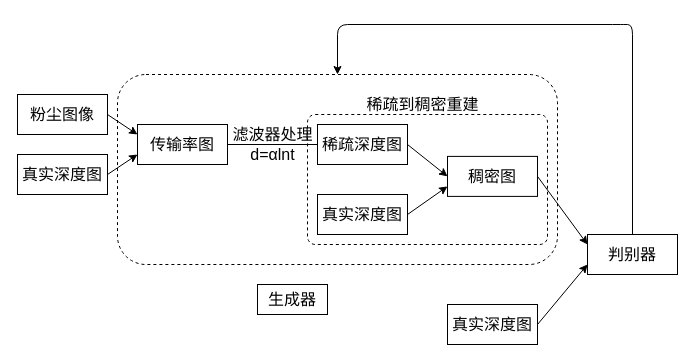
Before: Untitled Diagram.drawio in JhmRoy/lanqiao, a draw.io diagram. Source tidied: cells renumbered, new cells numbered last; positions are measured from the earlier drawing's top-left corner, leaving out a move shared by most shapes. Both pictures are drawn from the tidied source at 100%, with x=0, y=0 at pixel (17, 24).
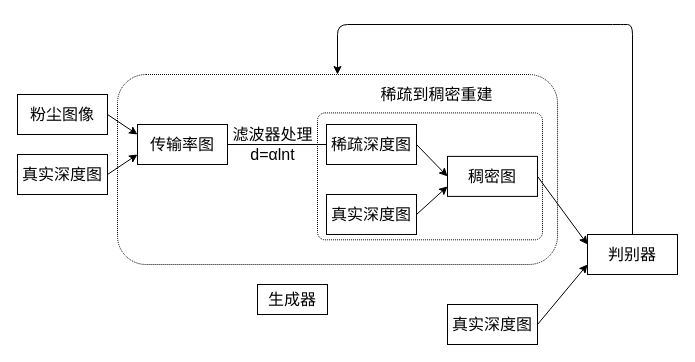
Above is the later version.

Change to the diagram source:
```diff
@@
-    <mxCell id="2" style="rounded=1;whiteSpace=wrap;html=1;fillColor=none;dashed=1;fontSize=16;" parent="1" vertex="1">
+    <mxCell id="2" style="rounded=1;whiteSpace=wrap;html=1;fillColor=none;dashed=1;fontSize=16;dashPattern=1 1;" parent="1" vertex="1">
       <mxGeometry x="100" y="50" width="440" height="190" as="geometry" />
     </mxCell>
-    <mxCell id="3" style="rounded=1;whiteSpace=wrap;html=1;fillColor=none;dashed=1;fontSize=16;arcSize=6;" parent="1" vertex="1">
-      <mxGeometry x="290" y="90" width="240" height="130" as="geometry" />
+    <mxCell id="3" style="rounded=1;whiteSpace=wrap;html=1;fillColor=none;dashed=1;fontSize=16;arcSize=6;dashPattern=1 1;" parent="1" vertex="1">
+      <mxGeometry x="300" y="88.4" width="225" height="126.9" as="geometry" />
     </mxCell>
@@
     <mxCell id="9" value="稀疏深度图" style="rounded=0;whiteSpace=wrap;html=1;fillColor=none;fontSize=16;" parent="1" vertex="1">
-      <mxGeometry x="300" y="100" width="90" height="40" as="geometry" />
+      <mxGeometry x="309" y="100" width="90" height="40" as="geometry" />
     </mxCell>
@@
     <mxCell id="13" value="真实深度图" style="rounded=0;whiteSpace=wrap;html=1;fillColor=none;fontSize=16;" parent="1" vertex="1">
-      <mxGeometry x="300" y="170" width="90" height="40" as="geometry" />
+      <mxGeometry x="309" y="170" width="90" height="40" as="geometry" />
     </mxCell>
@@
     <mxCell id="17" value="稀疏到稠密重建" style="text;html=1;align=center;verticalAlign=middle;fontSize=16;" parent="1" vertex="1">
-      <mxGeometry x="340" y="70" width="130" height="20" as="geometry" />
+      <mxGeometry x="354" y="60" width="130" height="20" as="geometry" />
     </mxCell>
```
